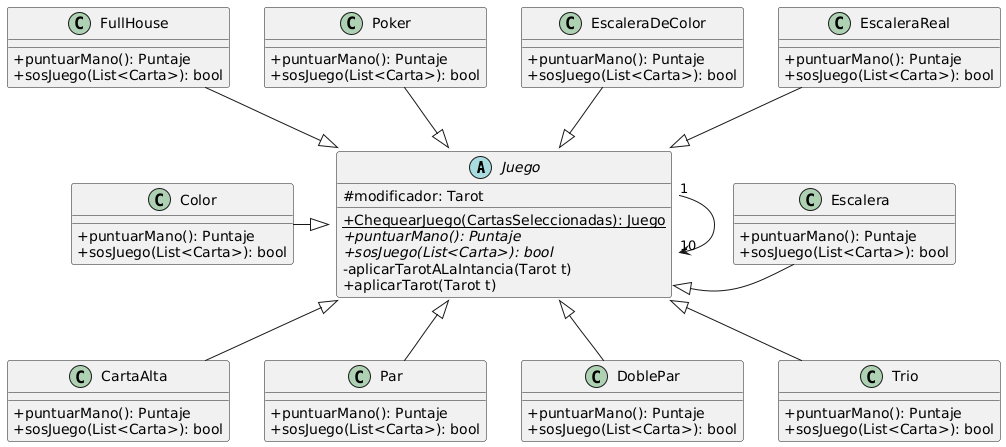
The PlantUML diagram diagrams/classes/Juego.png in facukresta/g06-tp2-2c-2024, before a commit.
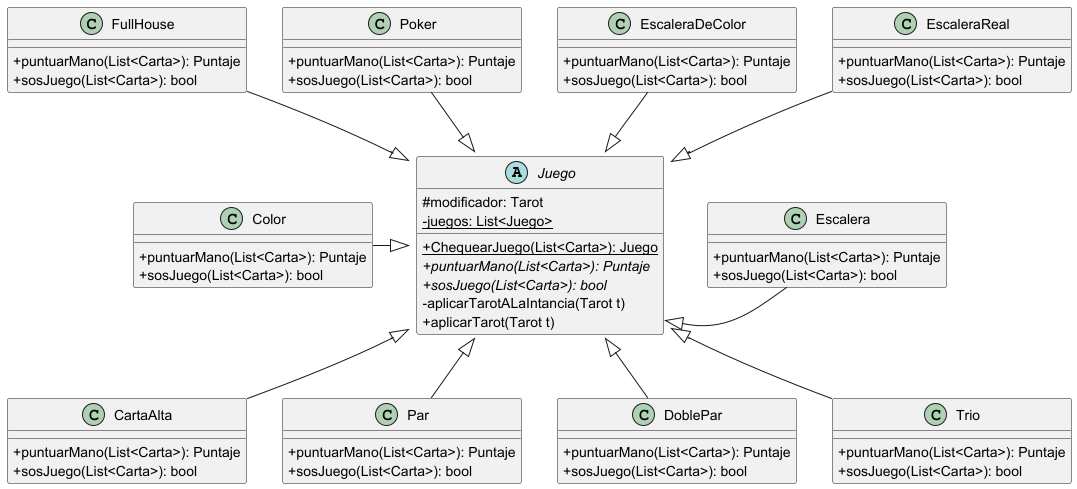
The same diagram one commit later.

What changed in the source:
```diff
@@ -1,10 +1,11 @@
-@startuml
+@startuml Juego
 skinparam classAttributeIconSize 0
 
 abstract Juego {
 #modificador: Tarot
-+{static}ChequearJuego(CartasSeleccionadas): Juego
-+{abstract}puntuarMano(): Puntaje
+-{static}juegos: List<Juego>
++{static}ChequearJuego(List<Carta>): Juego
++{abstract}puntuarMano(List<Carta>): Puntaje
 +{abstract}sosJuego(List<Carta>): bool
 -aplicarTarotALaIntancia(Tarot t)
 +aplicarTarot(Tarot t)
@@ -12,56 +13,55 @@
 
 
 class CartaAlta {
-+puntuarMano(): Puntaje
++puntuarMano(List<Carta>): Puntaje
 +sosJuego(List<Carta>): bool
 }
 
 class Par {
-+puntuarMano(): Puntaje
++puntuarMano(List<Carta>): Puntaje
 +sosJuego(List<Carta>): bool
 }
 
 class DoblePar {
-+puntuarMano(): Puntaje
++puntuarMano(List<Carta>): Puntaje
 +sosJuego(List<Carta>): bool
 }
 
 class Trio {
-+puntuarMano(): Puntaje
++puntuarMano(List<Carta>): Puntaje
 +sosJuego(List<Carta>): bool
 }
 
 class Escalera {
-+puntuarMano(): Puntaje
++puntuarMano(List<Carta>): Puntaje
 +sosJuego(List<Carta>): bool
 }
 
 class Color {
-+puntuarMano(): Puntaje
++puntuarMano(List<Carta>): Puntaje
 +sosJuego(List<Carta>): bool
 }
 
 class FullHouse {
-+puntuarMano(): Puntaje
++puntuarMano(List<Carta>): Puntaje
 +sosJuego(List<Carta>): bool
 }
 
 class Poker {
-+puntuarMano(): Puntaje
++puntuarMano(List<Carta>): Puntaje
 +sosJuego(List<Carta>): bool
 }
 
 class EscaleraDeColor {
-+puntuarMano(): Puntaje
++puntuarMano(List<Carta>): Puntaje
 +sosJuego(List<Carta>): bool
 }
 
 class EscaleraReal  {
-+puntuarMano(): Puntaje
++puntuarMano(List<Carta>): Puntaje
 +sosJuego(List<Carta>): bool
 }
 
-Juego "1" --> "10" Juego
 CartaAlta -up-|> Juego
 Par -up-|> Juego
 DoblePar -up-|> Juego
@@ -72,4 +72,6 @@
 Poker -down-|> Juego
 EscaleraDeColor -down-|> Juego
 EscaleraReal -down-|> Juego
+
+
 @enduml
```
